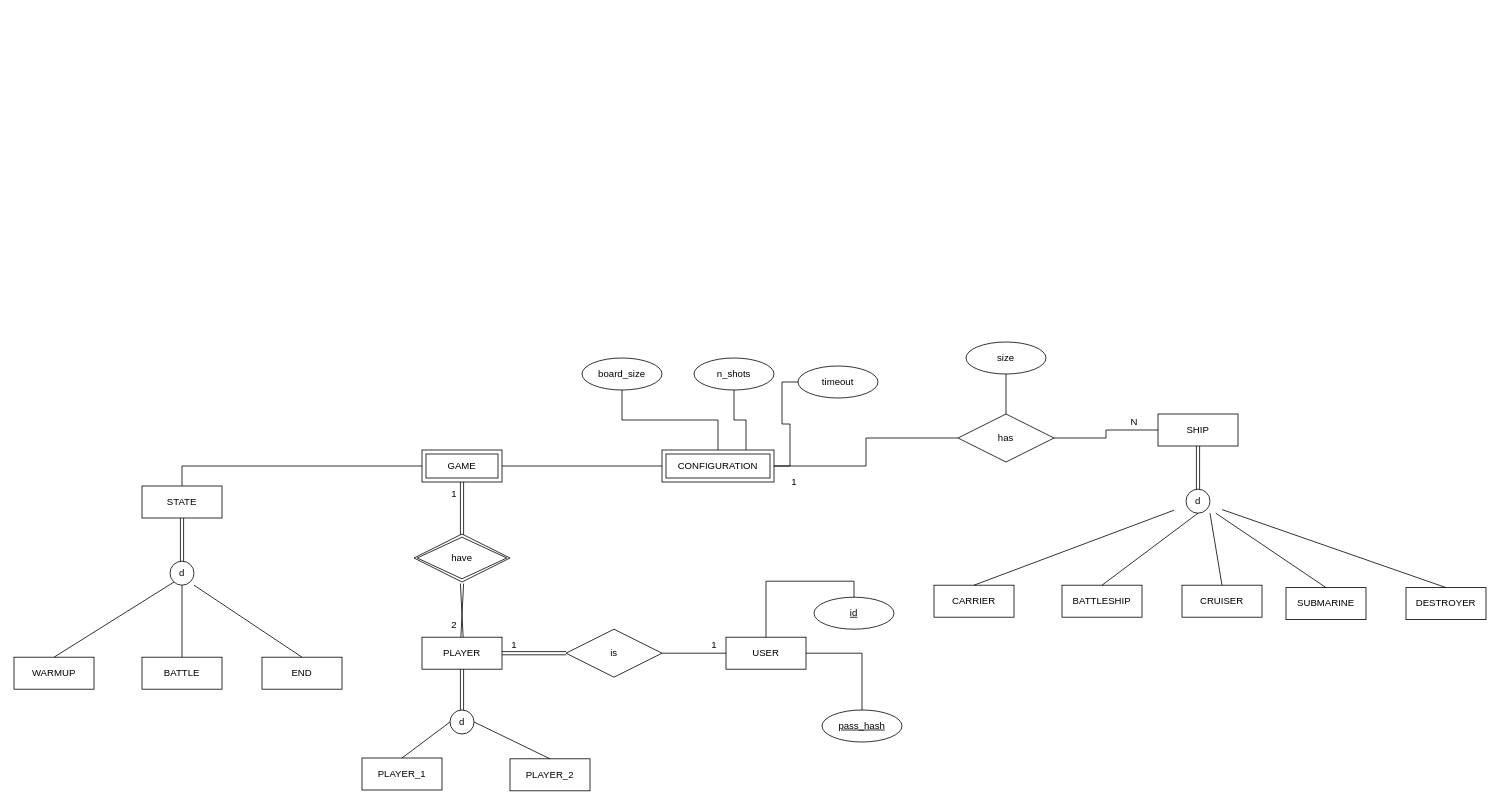
Earlier version of the draw.io diagram code/daw-battleship-game/src/main/sql/diagram.drawio (MiguelRocha2001/ISEL-DAW-Battleships-Game). Source tidied: cells renumbered, new cells numbered last; positions are measured from the earlier drawing's top-left corner, leaving out a move shared by most shapes. Both pictures are drawn from the tidied source at 80%, with x=0, y=0 at pixel (14, 342).
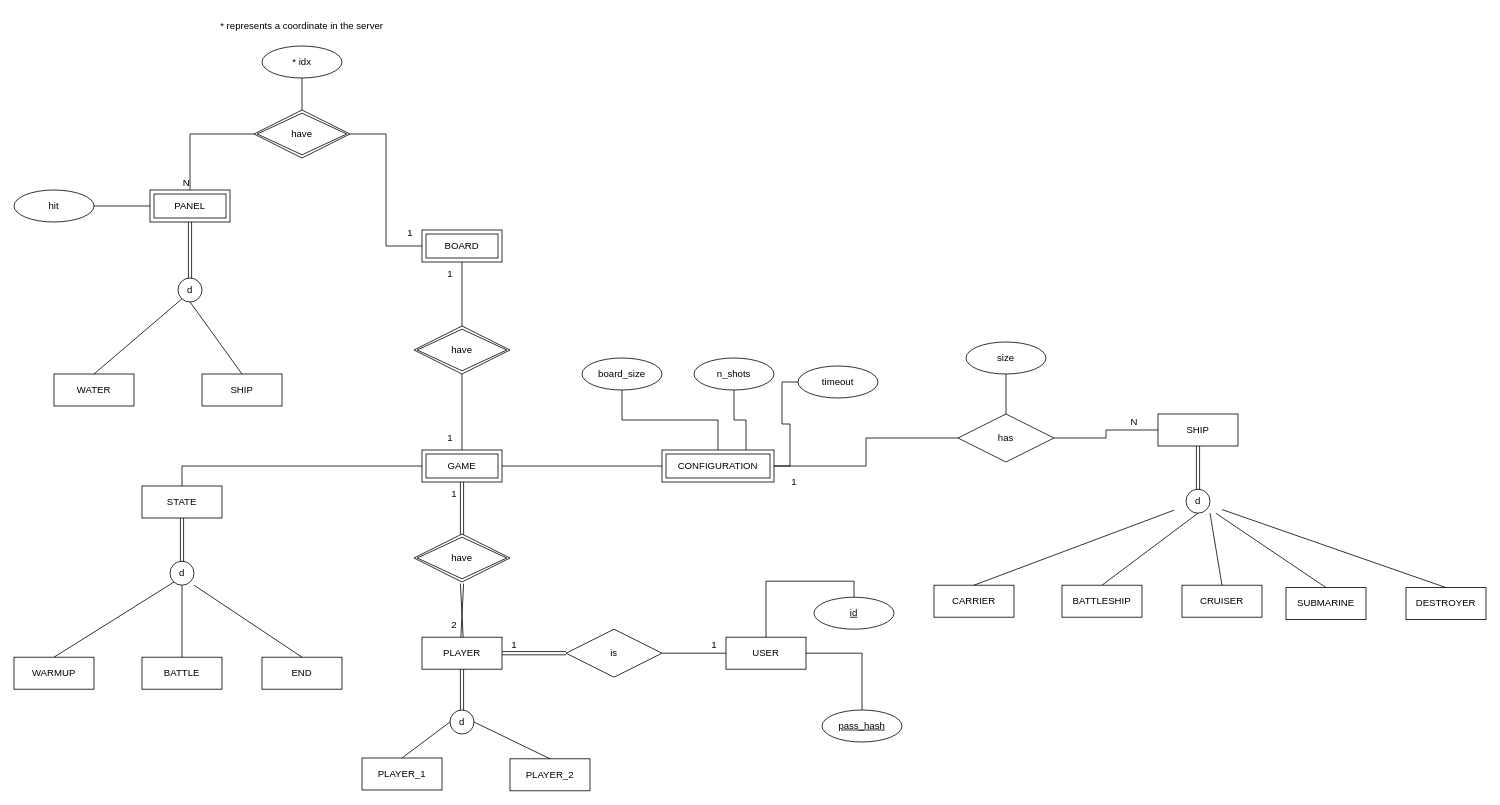
The same page after the edit.

The change refers to these unchanged cells:
```xml
<mxCell id="26" value="GAME" style="shape=ext;margin=3;double=1;whiteSpace=wrap;html=1;align=center;" parent="1" vertex="1">
  <mxGeometry x="510" y="135" width="100" height="40" as="geometry" />
</mxCell>
```

What changed in the source:
```diff
@@
+    <mxCell id="68" style="edgeStyle=orthogonalEdgeStyle;rounded=0;jettySize=auto;html=1;entryX=0.5;entryY=0.167;entryDx=0;entryDy=0;entryPerimeter=0;" parent="1" edge="1" source="70" target="72">
+      <mxGeometry relative="1" as="geometry" />
+    </mxCell>
+    <mxCell id="69" style="edgeStyle=orthogonalEdgeStyle;rounded=0;jettySize=auto;html=1;entryX=1;entryY=0.5;entryDx=0;entryDy=0;endArrow=none;endFill=0;" parent="1" edge="1" source="70" target="86">
+      <mxGeometry relative="1" as="geometry" />
+    </mxCell>
+    <mxCell id="70" value="BOARD" style="shape=ext;margin=3;double=1;whiteSpace=wrap;html=1;align=center;" parent="1" vertex="1">
+      <mxGeometry x="510" y="-140" width="100" height="40" as="geometry" />
+    </mxCell>
+    <mxCell id="71" style="edgeStyle=orthogonalEdgeStyle;rounded=0;jettySize=auto;html=1;endArrow=none;endFill=0;" parent="1" edge="1" source="72" target="26">
+      <mxGeometry relative="1" as="geometry" />
+    </mxCell>
+    <mxCell id="72" value="have" style="shape=rhombus;double=1;perimeter=rhombusPerimeter;whiteSpace=wrap;html=1;align=center;" parent="1" vertex="1">
+      <mxGeometry x="500" y="-20" width="120" height="60" as="geometry" />
+    </mxCell>
+    <mxCell id="73" value="1" style="text;html=1;align=center;verticalAlign=middle;strokeColor=none;fillColor=none;" parent="1" vertex="1">
+      <mxGeometry x="530" y="105" width="30" height="30" as="geometry" />
+    </mxCell>
+    <mxCell id="74" value="1" style="text;html=1;align=center;verticalAlign=middle;strokeColor=none;fillColor=none;" parent="1" vertex="1">
+      <mxGeometry x="530" y="-100" width="30" height="30" as="geometry" />
+    </mxCell>
+    <mxCell id="75" value="PANEL" style="shape=ext;margin=3;double=1;whiteSpace=wrap;html=1;align=center;" parent="1" vertex="1">
+      <mxGeometry x="170" y="-190" width="100" height="40" as="geometry" />
+    </mxCell>
+    <mxCell id="76" value="WATER" style="whiteSpace=wrap;html=1;align=center;" parent="1" vertex="1">
+      <mxGeometry x="50" y="40" width="100" height="40" as="geometry" />
+    </mxCell>
+    <mxCell id="77" style="ellipse;whiteSpace=wrap;html=1;" parent="1" vertex="1">
+      <mxGeometry x="205" y="-80" width="30" height="30" as="geometry" />
+    </mxCell>
+    <mxCell id="78" value="d" style="text;html=1;strokeColor=none;fillColor=none;align=center;verticalAlign=middle;whiteSpace=wrap;rounded=0;" parent="1" vertex="1">
+      <mxGeometry x="190" y="-80" width="60" height="30" as="geometry" />
+    </mxCell>
+    <mxCell id="79" style="endArrow=none;html=1;rounded=0;exitX=0.5;exitY=0;exitDx=0;exitDy=0;" parent="1" edge="1" source="76">
+      <mxGeometry relative="1" as="geometry">
+        <mxPoint x="210" y="-54" as="targetPoint" />
+      </mxGeometry>
+    </mxCell>
+    <mxCell id="80" value="SHIP" style="whiteSpace=wrap;html=1;align=center;" parent="1" vertex="1">
+      <mxGeometry x="235" y="40" width="100" height="40" as="geometry" />
+    </mxCell>
+    <mxCell id="81" style="endArrow=none;html=1;rounded=0;exitX=0.5;exitY=0;exitDx=0;exitDy=0;entryX=0.5;entryY=1;entryDx=0;entryDy=0;" parent="1" edge="1" source="80" target="78">
+      <mxGeometry relative="1" as="geometry" />
+    </mxCell>
+    <mxCell id="82" style="shape=link;html=1;rounded=0;" parent="1" edge="1" source="75" target="78">
+      <mxGeometry relative="1" as="geometry" />
+    </mxCell>
+    <mxCell id="83" value="N" style="html=1;align=right;verticalAlign=bottom;" parent="82" vertex="1">
+      <mxGeometry x="1" relative="1" as="geometry">
+        <mxPoint y="-110" as="offset" />
+      </mxGeometry>
+    </mxCell>
+    <mxCell id="84" style="edgeStyle=orthogonalEdgeStyle;rounded=0;jettySize=auto;html=1;endArrow=none;endFill=0;" parent="1" edge="1" source="86" target="75">
+      <mxGeometry relative="1" as="geometry" />
+    </mxCell>
+    <mxCell id="85" style="edgeStyle=orthogonalEdgeStyle;rounded=0;jettySize=auto;html=1;entryX=0.5;entryY=1;entryDx=0;entryDy=0;endArrow=none;endFill=0;" parent="1" edge="1" source="86" target="90">
+      <mxGeometry relative="1" as="geometry" />
+    </mxCell>
+    <mxCell id="86" value="have" style="shape=rhombus;double=1;perimeter=rhombusPerimeter;whiteSpace=wrap;html=1;align=center;" parent="1" vertex="1">
+      <mxGeometry x="300" y="-290" width="120" height="60" as="geometry" />
+    </mxCell>
+    <mxCell id="87" value="1" style="text;html=1;align=center;verticalAlign=middle;strokeColor=none;fillColor=none;" parent="1" vertex="1">
+      <mxGeometry x="480" y="-151" width="30" height="30" as="geometry" />
+    </mxCell>
+    <mxCell id="88" style="edgeStyle=orthogonalEdgeStyle;rounded=0;jettySize=auto;html=1;entryX=0;entryY=0.5;entryDx=0;entryDy=0;endArrow=none;endFill=0;" parent="1" edge="1" source="89" target="75">
+      <mxGeometry relative="1" as="geometry" />
+    </mxCell>
+    <mxCell id="89" value="hit" style="ellipse;whiteSpace=wrap;html=1;align=center;" parent="1" vertex="1">
+      <mxGeometry y="-190" width="100" height="40" as="geometry" />
+    </mxCell>
+    <mxCell id="90" value="* idx" style="ellipse;whiteSpace=wrap;html=1;align=center;" parent="1" vertex="1">
+      <mxGeometry x="310" y="-370" width="100" height="40" as="geometry" />
+    </mxCell>
+    <mxCell id="91" value="* represents a coordinate in the server" style="text;html=1;strokeColor=none;fillColor=none;align=center;verticalAlign=middle;whiteSpace=wrap;rounded=0;" parent="1" vertex="1">
+      <mxGeometry x="240" y="-410" width="240" height="30" as="geometry" />
+    </mxCell>
```
